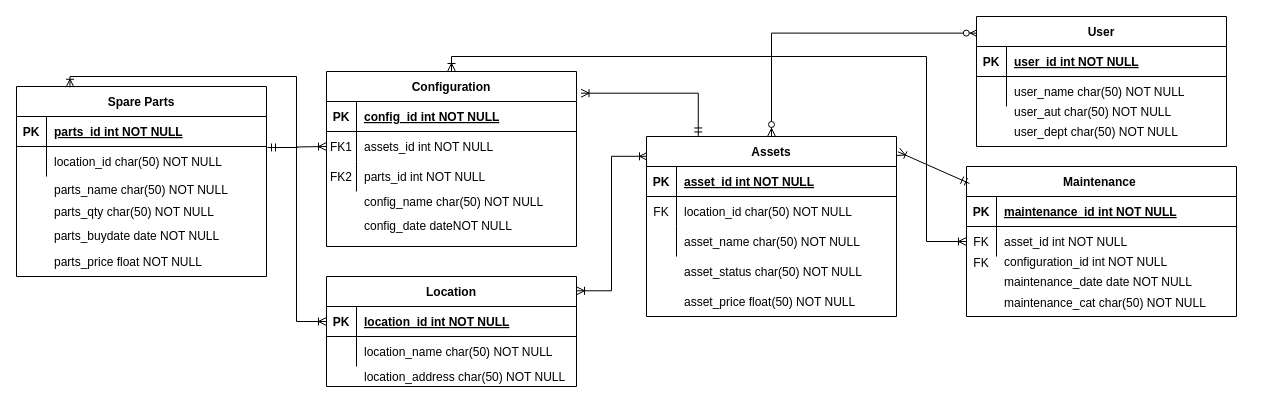
The draw.io diagram Untitled Diagram.drawio in huriyaaah/erdiagram, before the edit. Source tidied: cells renumbered, new cells numbered last; positions are measured from the earlier drawing's top-left corner, leaving out a move shared by most shapes. Both pictures are drawn from the tidied source at 100%, with x=0, y=0 at pixel (16, 16).
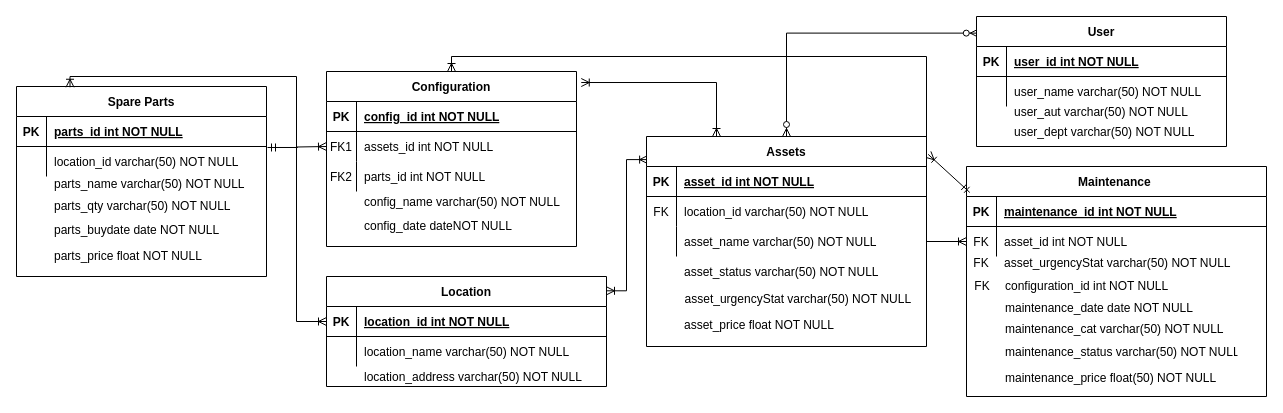
After the change.

The change refers to these unchanged cells:
```xml
<mxCell id="2" value="Configuration" style="shape=table;startSize=30;childLayout=tableLayout;rowLines=0;fontStyle=1;align=center;" parent="1" vertex="1">
  <mxGeometry x="310" y="55" width="250" height="175" as="geometry" />
</mxCell>
<mxCell id="16" style="shape=partialRectangle;fillColor=none;points=[[0,0.5],[1,0.5]];portConstraint=eastwest;top=0;left=0;right=0;bottom=0;" parent="12" vertex="1">
  <mxGeometry y="60" width="250" height="30" as="geometry" />
</mxCell>
<mxCell id="52" style="shape=partialRectangle;fillColor=none;top=0;left=0;right=0;bottom=0;" parent="48" vertex="1">
  <mxGeometry y="60" width="250" height="30" as="geometry" />
</mxCell>
<mxCell id="67" style="shape=partialRectangle;fillColor=none;top=0;left=0;right=0;bottom=0;" parent="1" vertex="1">
  <mxGeometry x="630" y="240" width="250" height="30" as="geometry" />
</mxCell>
```

Change to the diagram source:
```diff
@@
-    <mxCell id="18" value="location_id char(50) NOT NULL" style="shape=partialRectangle;overflow=hidden;fillColor=none;top=0;left=0;bottom=0;right=0;align=left;spacingLeft=6;" parent="16" vertex="1">
+    <mxCell id="18" value="location_id varchar(50) NOT NULL" style="shape=partialRectangle;overflow=hidden;fillColor=none;top=0;left=0;bottom=0;right=0;align=left;spacingLeft=6;" parent="16" vertex="1">
       <mxGeometry x="30" width="220" height="30" as="geometry" />
     </mxCell>
@@
-    <mxCell id="20" style="edgeStyle=orthogonalEdgeStyle;fontSize=12;html=1;endArrow=ERoneToMany;startArrow=ERmandOne;rounded=0;entryX=1.018;entryY=0.124;entryDx=0;entryDy=0;entryPerimeter=0;exitX=0.207;exitY=-0.003;exitDx=0;exitDy=0;exitPerimeter=0;" parent="1" edge="1" source="57" target="2">
-      <mxGeometry relative="1" as="geometry" />
-    </mxCell>
     <mxCell id="21" value="Maintenance " style="shape=table;startSize=30;childLayout=tableLayout;rowLines=0;fontStyle=1;align=center;" parent="1" vertex="1">
-      <mxGeometry x="950" y="150" width="270" height="150" as="geometry" />
+      <mxGeometry x="950" y="150" width="300" height="230" as="geometry" />
     </mxCell>
     <mxCell id="22" style="shape=partialRectangle;fillColor=none;top=0;left=0;right=0;bottom=1;" parent="21" vertex="1">
-      <mxGeometry y="30" width="270" height="30" as="geometry" />
+      <mxGeometry y="30" width="300" height="30" as="geometry" />
     </mxCell>
@@
     <mxCell id="24" value="maintenance_id int NOT NULL " style="shape=partialRectangle;overflow=hidden;fillColor=none;top=0;left=0;bottom=0;right=0;align=left;spacingLeft=6;fontStyle=5;" parent="22" vertex="1">
-      <mxGeometry x="30" width="240" height="30" as="geometry" />
+      <mxGeometry x="30" width="270" height="30" as="geometry" />
     </mxCell>
     <mxCell id="25" style="shape=partialRectangle;fillColor=none;top=0;left=0;right=0;bottom=0;" parent="21" vertex="1">
-      <mxGeometry y="60" width="270" height="30" as="geometry" />
+      <mxGeometry y="60" width="300" height="30" as="geometry" />
     </mxCell>
@@
     <mxCell id="27" value="asset_id int NOT NULL" style="shape=partialRectangle;overflow=hidden;fillColor=none;top=0;left=0;bottom=0;right=0;align=left;spacingLeft=6;" parent="25" vertex="1">
-      <mxGeometry x="30" width="240" height="30" as="geometry" />
+      <mxGeometry x="30" width="270" height="30" as="geometry" />
     </mxCell>
@@
-    <mxCell id="29" value="config_name char(50) NOT NULL" style="shape=partialRectangle;overflow=hidden;fillColor=none;top=0;left=0;bottom=0;right=0;align=left;spacingLeft=6;" parent="1" vertex="1">
+    <mxCell id="29" value="config_name varchar(50) NOT NULL" style="shape=partialRectangle;overflow=hidden;fillColor=none;top=0;left=0;bottom=0;right=0;align=left;spacingLeft=6;" parent="1" vertex="1">
       <mxGeometry x="340" y="170" width="220" height="30" as="geometry" />
     </mxCell>
     <mxCell id="30" value="maintenance_date date NOT NULL" style="shape=partialRectangle;overflow=hidden;fillColor=none;top=0;left=0;bottom=0;right=0;align=left;spacingLeft=6;" parent="1" vertex="1">
-      <mxGeometry x="980" y="250" width="240" height="30" as="geometry" />
+      <mxGeometry x="981" y="276" width="240" height="30" as="geometry" />
     </mxCell>
-    <mxCell id="31" value="maintenance_cat char(50) NOT NULL" style="shape=partialRectangle;overflow=hidden;fillColor=none;top=0;left=0;bottom=0;right=0;align=left;spacingLeft=6;" parent="1" vertex="1">
-      <mxGeometry x="980" y="271" width="240" height="30" as="geometry" />
+    <mxCell id="31" value="maintenance_cat varchar(50) NOT NULL" style="shape=partialRectangle;overflow=hidden;fillColor=none;top=0;left=0;bottom=0;right=0;align=left;spacingLeft=6;" parent="1" vertex="1">
+      <mxGeometry x="981" y="297" width="240" height="30" as="geometry" />
     </mxCell>
@@
-    <mxCell id="33" value="parts_qty char(50) NOT NULL" style="shape=partialRectangle;overflow=hidden;fillColor=none;top=0;left=0;bottom=0;right=0;align=left;spacingLeft=6;" parent="1" vertex="1">
-      <mxGeometry x="30" y="180" width="220" height="30" as="geometry" />
+    <mxCell id="33" value="parts_qty varchar(50) NOT NULL" style="shape=partialRectangle;overflow=hidden;fillColor=none;top=0;left=0;bottom=0;right=0;align=left;spacingLeft=6;" parent="1" vertex="1">
+      <mxGeometry x="30" y="174" width="220" height="30" as="geometry" />
     </mxCell>
     <mxCell id="34" value="parts_buydate date NOT NULL" style="shape=partialRectangle;overflow=hidden;fillColor=none;top=0;left=0;bottom=0;right=0;align=left;spacingLeft=6;" parent="1" vertex="1">
-      <mxGeometry x="30" y="204" width="220" height="30" as="geometry" />
+      <mxGeometry x="30" y="198" width="220" height="30" as="geometry" />
     </mxCell>
     <mxCell id="35" value="parts_price float NOT NULL" style="shape=partialRectangle;overflow=hidden;fillColor=none;top=0;left=0;bottom=0;right=0;align=left;spacingLeft=6;" parent="1" vertex="1">
-      <mxGeometry x="30" y="230" width="220" height="30" as="geometry" />
+      <mxGeometry x="30" y="224" width="220" height="30" as="geometry" />
     </mxCell>
@@
     <mxCell id="37" style="group;" parent="1" vertex="1">
-      <mxGeometry x="310" y="260" width="250" height="115" as="geometry" />
+      <mxGeometry x="310" y="260" width="280" height="115" as="geometry" />
     </mxCell>
     <mxCell id="38" value="Location" style="shape=table;startSize=30;childLayout=tableLayout;rowLines=0;fontStyle=1;align=center;" parent="37" vertex="1">
-      <mxGeometry width="250" height="110" as="geometry" />
+      <mxGeometry width="280" height="110" as="geometry" />
     </mxCell>
     <mxCell id="39" style="shape=partialRectangle;fillColor=none;points=[[0,0.5],[1,0.5]];portConstraint=eastwest;top=0;left=0;right=0;bottom=1;" parent="38" vertex="1">
-      <mxGeometry y="30" width="250" height="30" as="geometry" />
+      <mxGeometry y="30" width="280" height="30" as="geometry" />
     </mxCell>
@@
     <mxCell id="41" value="location_id int NOT NULL " style="shape=partialRectangle;overflow=hidden;fillColor=none;top=0;left=0;bottom=0;right=0;align=left;spacingLeft=6;fontStyle=5;perimeterSpacing=3;" parent="39" vertex="1">
-      <mxGeometry x="30" width="220" height="30" as="geometry" />
+      <mxGeometry x="30" width="250" height="30" as="geometry" />
     </mxCell>
     <mxCell id="42" style="shape=partialRectangle;fillColor=none;top=0;left=0;right=0;bottom=0;" parent="38" vertex="1">
-      <mxGeometry y="60" width="250" height="30" as="geometry" />
+      <mxGeometry y="60" width="280" height="30" as="geometry" />
     </mxCell>
@@
-    <mxCell id="44" value="location_name char(50) NOT NULL" style="shape=partialRectangle;overflow=hidden;fillColor=none;top=0;left=0;bottom=0;right=0;align=left;spacingLeft=6;" parent="42" vertex="1">
-      <mxGeometry x="30" width="220" height="30" as="geometry" />
+    <mxCell id="44" value="location_name varchar(50) NOT NULL" style="shape=partialRectangle;overflow=hidden;fillColor=none;top=0;left=0;bottom=0;right=0;align=left;spacingLeft=6;" parent="42" vertex="1">
+      <mxGeometry x="30" width="250" height="30" as="geometry" />
     </mxCell>
-    <mxCell id="45" value="location_address char(50) NOT NULL" style="shape=partialRectangle;overflow=hidden;fillColor=none;top=0;left=0;bottom=0;right=0;align=left;spacingLeft=6;" parent="37" vertex="1">
-      <mxGeometry x="30" y="85" width="220" height="30" as="geometry" />
+    <mxCell id="45" value="location_address varchar(50) NOT NULL" style="shape=partialRectangle;overflow=hidden;fillColor=none;top=0;left=0;bottom=0;right=0;align=left;spacingLeft=6;" parent="37" vertex="1">
+      <mxGeometry x="30" y="85" width="250" height="30" as="geometry" />
     </mxCell>
@@
-    <mxCell id="54" value="user_name char(50) NOT NULL" style="shape=partialRectangle;overflow=hidden;fillColor=none;top=0;left=0;bottom=0;right=0;align=left;spacingLeft=6;" parent="52" vertex="1">
+    <mxCell id="54" value="user_name varchar(50) NOT NULL" style="shape=partialRectangle;overflow=hidden;fillColor=none;top=0;left=0;bottom=0;right=0;align=left;spacingLeft=6;" parent="52" vertex="1">
       <mxGeometry x="30" width="220" height="30" as="geometry" />
     </mxCell>
-    <mxCell id="55" value="user_aut char(50) NOT NULL" style="shape=partialRectangle;overflow=hidden;fillColor=none;top=0;left=0;bottom=0;right=0;align=left;spacingLeft=6;" parent="1" vertex="1">
+    <mxCell id="55" value="user_aut varchar(50) NOT NULL" style="shape=partialRectangle;overflow=hidden;fillColor=none;top=0;left=0;bottom=0;right=0;align=left;spacingLeft=6;" parent="1" vertex="1">
       <mxGeometry x="990" y="80" width="220" height="30" as="geometry" />
     </mxCell>
-    <mxCell id="56" value="user_dept char(50) NOT NULL" style="shape=partialRectangle;overflow=hidden;fillColor=none;top=0;left=0;bottom=0;right=0;align=left;spacingLeft=6;" parent="1" vertex="1">
+    <mxCell id="56" value="user_dept varchar(50) NOT NULL" style="shape=partialRectangle;overflow=hidden;fillColor=none;top=0;left=0;bottom=0;right=0;align=left;spacingLeft=6;" parent="1" vertex="1">
       <mxGeometry x="990" y="100" width="220" height="30" as="geometry" />
     </mxCell>
     <mxCell id="57" value="Assets" style="shape=table;startSize=30;childLayout=tableLayout;rowLines=0;fontStyle=1;align=center;" parent="1" vertex="1">
-      <mxGeometry x="630" y="120" width="250" height="180" as="geometry" />
+      <mxGeometry x="630" y="120" width="280" height="210" as="geometry" />
     </mxCell>
     <mxCell id="58" style="shape=partialRectangle;fillColor=none;top=0;left=0;right=0;bottom=1;" parent="57" vertex="1">
-      <mxGeometry y="30" width="250" height="30" as="geometry" />
+      <mxGeometry y="30" width="280" height="30" as="geometry" />
     </mxCell>
@@
     <mxCell id="60" value="asset_id int NOT NULL " style="shape=partialRectangle;overflow=hidden;fillColor=none;top=0;left=0;bottom=0;right=0;align=left;spacingLeft=6;fontStyle=5;" parent="58" vertex="1">
-      <mxGeometry x="30" width="220" height="30" as="geometry" />
+      <mxGeometry x="30" width="250" height="30" as="geometry" />
     </mxCell>
     <mxCell id="61" style="shape=partialRectangle;fillColor=none;top=0;left=0;right=0;bottom=0;" parent="57" vertex="1">
-      <mxGeometry y="60" width="250" height="30" as="geometry" />
+      <mxGeometry y="60" width="280" height="30" as="geometry" />
     </mxCell>
@@
-    <mxCell id="63" value="location_id char(50) NOT NULL" style="shape=partialRectangle;overflow=hidden;fillColor=none;top=0;left=0;bottom=0;right=0;align=left;spacingLeft=6;" parent="61" vertex="1">
-      <mxGeometry x="30" width="220" height="30" as="geometry" />
+    <mxCell id="63" value="location_id varchar(50) NOT NULL" style="shape=partialRectangle;overflow=hidden;fillColor=none;top=0;left=0;bottom=0;right=0;align=left;spacingLeft=6;" parent="61" vertex="1">
+      <mxGeometry x="30" width="250" height="30" as="geometry" />
     </mxCell>
     <mxCell id="64" style="shape=partialRectangle;fillColor=none;top=0;left=0;right=0;bottom=0;" parent="57" vertex="1">
-      <mxGeometry y="90" width="250" height="30" as="geometry" />
+      <mxGeometry y="90" width="280" height="30" as="geometry" />
     </mxCell>
@@
-    <mxCell id="66" value="asset_name char(50) NOT NULL" style="shape=partialRectangle;overflow=hidden;fillColor=none;top=0;left=0;bottom=0;right=0;align=left;spacingLeft=6;" parent="64" vertex="1">
-      <mxGeometry x="30" width="220" height="30" as="geometry" />
+    <mxCell id="66" value="asset_name varchar(50) NOT NULL" style="shape=partialRectangle;overflow=hidden;fillColor=none;top=0;left=0;bottom=0;right=0;align=left;spacingLeft=6;" parent="64" vertex="1">
+      <mxGeometry x="30" width="250" height="30" as="geometry" />
     </mxCell>
@@
-    <mxCell id="69" value="asset_status char(50) NOT NULL" style="shape=partialRectangle;overflow=hidden;fillColor=none;top=0;left=0;bottom=0;right=0;align=left;spacingLeft=6;" parent="67" vertex="1">
+    <mxCell id="69" value="asset_status varchar(50) NOT NULL" style="shape=partialRectangle;overflow=hidden;fillColor=none;top=0;left=0;bottom=0;right=0;align=left;spacingLeft=6;" parent="67" vertex="1">
       <mxGeometry x="30" width="220" height="30" as="geometry" />
     </mxCell>
     <mxCell id="70" style="shape=partialRectangle;fillColor=none;top=0;left=0;right=0;bottom=0;" parent="1" vertex="1">
-      <mxGeometry x="630" y="270" width="250" height="30" as="geometry" />
+      <mxGeometry x="630" y="293" width="250" height="30" as="geometry" />
     </mxCell>
@@
-    <mxCell id="72" value="asset_price float(50) NOT NULL" style="shape=partialRectangle;overflow=hidden;fillColor=none;top=0;left=0;bottom=0;right=0;align=left;spacingLeft=6;" parent="70" vertex="1">
+    <mxCell id="72" value="asset_price float NOT NULL" style="shape=partialRectangle;overflow=hidden;fillColor=none;top=0;left=0;bottom=0;right=0;align=left;spacingLeft=6;" parent="70" vertex="1">
       <mxGeometry x="30" width="220" height="30" as="geometry" />
     </mxCell>
-    <mxCell id="73" value="parts_name char(50) NOT NULL" style="shape=partialRectangle;overflow=hidden;fillColor=none;top=0;left=0;bottom=0;right=0;align=left;spacingLeft=6;" parent="1" vertex="1">
-      <mxGeometry x="30" y="158" width="220" height="30" as="geometry" />
+    <mxCell id="73" value="parts_name varchar(50) NOT NULL" style="shape=partialRectangle;overflow=hidden;fillColor=none;top=0;left=0;bottom=0;right=0;align=left;spacingLeft=6;" parent="1" vertex="1">
+      <mxGeometry x="30" y="152" width="220" height="30" as="geometry" />
     </mxCell>
     <mxCell id="74" value="configuration_id int NOT NULL" style="shape=partialRectangle;overflow=hidden;fillColor=none;top=0;left=0;bottom=0;right=0;align=left;spacingLeft=6;" parent="1" vertex="1">
-      <mxGeometry x="980" y="230" width="240" height="30" as="geometry" />
+      <mxGeometry x="981" y="254" width="240" height="30" as="geometry" />
     </mxCell>
@@
+    <mxCell id="77" value="maintenance_status varchar(50) NOT NULL" style="shape=partialRectangle;overflow=hidden;fillColor=none;top=0;left=0;bottom=0;right=0;align=left;spacingLeft=6;" parent="1" vertex="1">
+      <mxGeometry x="981" y="320" width="240" height="30" as="geometry" />
+    </mxCell>
+    <mxCell id="78" value="maintenance_price float(50) NOT NULL" style="shape=partialRectangle;overflow=hidden;fillColor=none;top=0;left=0;bottom=0;right=0;align=left;spacingLeft=6;" parent="1" vertex="1">
+      <mxGeometry x="981" y="346" width="240" height="30" as="geometry" />
+    </mxCell>
+    <mxCell id="79" style="shape=partialRectangle;fillColor=none;top=0;left=0;right=0;bottom=0;" parent="1" vertex="1">
+      <mxGeometry x="627" y="267" width="280" height="30" as="geometry" />
+    </mxCell>
+    <mxCell id="80" style="shape=partialRectangle;overflow=hidden;fillColor=none;top=0;left=0;bottom=0;right=0;" parent="79" vertex="1">
+      <mxGeometry width="33.6" height="30" as="geometry" />
+    </mxCell>
+    <mxCell id="81" value="asset_urgencyStat varchar(50) NOT NULL" style="shape=partialRectangle;overflow=hidden;fillColor=none;top=0;left=0;bottom=0;right=0;align=left;spacingLeft=6;" parent="79" vertex="1">
+      <mxGeometry x="33.6" width="246.4" height="30" as="geometry" />
+    </mxCell>
+    <mxCell id="20" style="fontSize=12;html=1;endArrow=ERoneToMany;startArrow=ERoneToMany;rounded=0;entryX=1.019;entryY=0.063;entryDx=0;entryDy=0;entryPerimeter=0;exitX=0.25;exitY=0;exitDx=0;exitDy=0;edgeStyle=orthogonalEdgeStyle;" parent="1" edge="1" source="57" target="2">
+      <mxGeometry relative="1" as="geometry" />
+    </mxCell>
+    <mxCell id="82" value="asset_urgencyStat varchar(50) NOT NULL" style="shape=partialRectangle;overflow=hidden;fillColor=none;top=0;left=0;bottom=0;right=0;align=left;spacingLeft=6;" parent="1" vertex="1">
+      <mxGeometry x="980" y="231" width="240" height="30" as="geometry" />
+    </mxCell>
+    <mxCell id="83" value="FK" style="shape=partialRectangle;overflow=hidden;fillColor=none;top=0;left=0;bottom=0;right=0;" parent="1" vertex="1">
+      <mxGeometry x="951" y="254" width="30" height="30" as="geometry" />
+    </mxCell>
```
